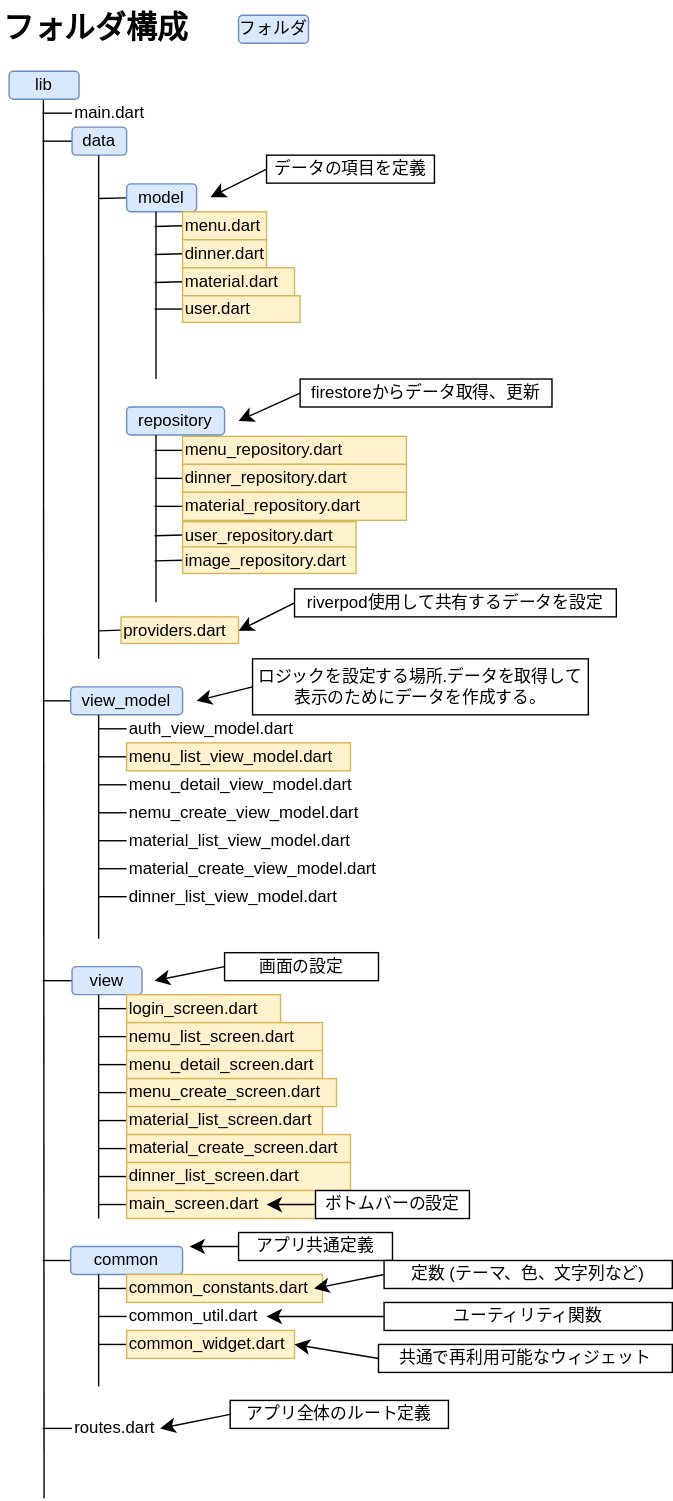
Earlier version of the draw.io export フォルダ構成.drawio.svg (maki1125/menu). Source tidied: cells renumbered, new cells last; positions are measured from the earlier drawing's top-left corner, leaving out a move shared by most shapes.
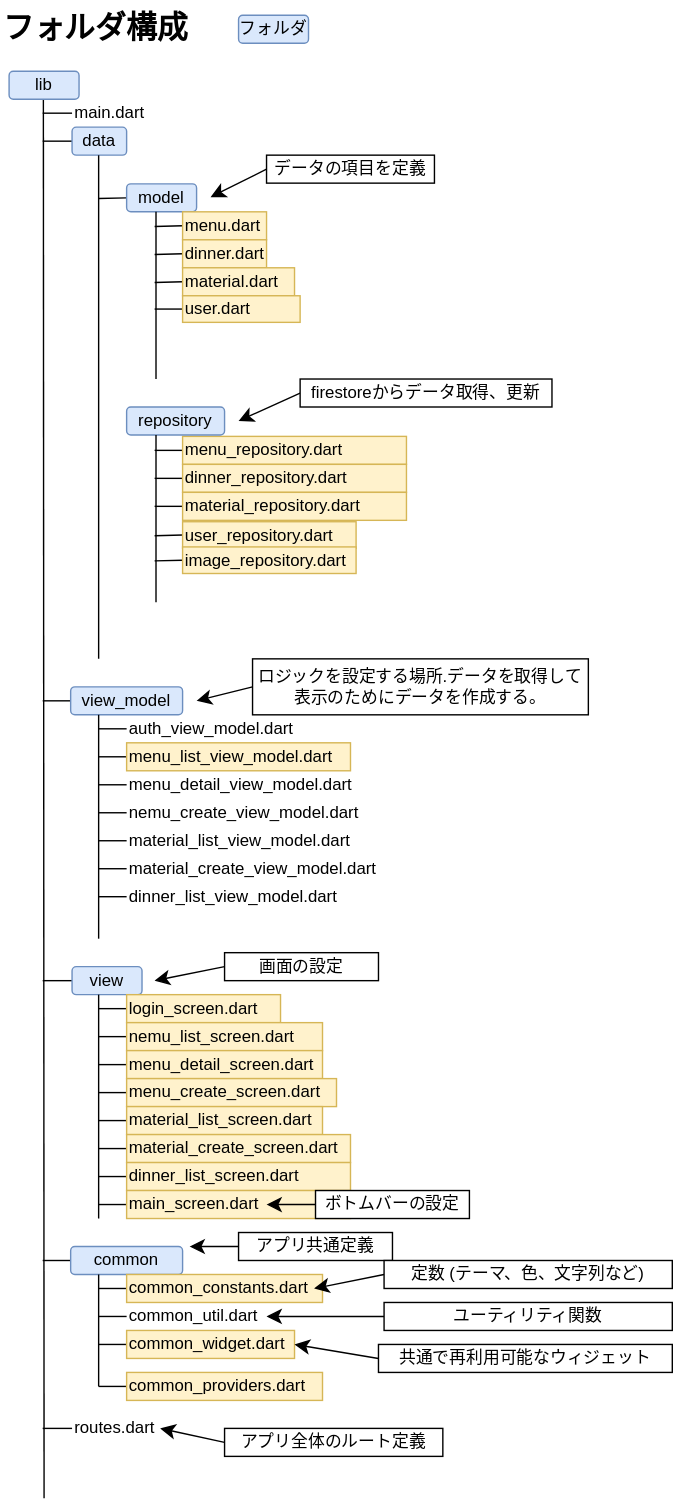
Above is the later version.

Commit message:
フォルダ構成.drawio.svg を更新します

Diff of the diagram source:
```diff
@@ -377,27 +377,11 @@
       </mxGeometry>
     </mxCell>
     <mxCell id="93" value="アプリ全体のルート定義" style="rounded=0;whiteSpace=wrap;html=1;" parent="1" vertex="1">
-      <mxGeometry x="164" y="1000" width="156" height="20" as="geometry" />
+      <mxGeometry x="160" y="1020" width="156" height="20" as="geometry" />
     </mxCell>
     <mxCell id="94" value="フォルダ構成" style="text;html=1;align=left;verticalAlign=middle;whiteSpace=wrap;rounded=0;fontStyle=1;fontSize=22;" parent="1" vertex="1">
       <mxGeometry width="180" height="40" as="geometry" />
     </mxCell>
-    <mxCell id="95" style="edgeStyle=none;curved=1;rounded=0;jettySize=auto;html=1;exitX=0;exitY=0.5;exitDx=0;exitDy=0;fontSize=12;startSize=8;endSize=8;endArrow=none;endFill=0;" parent="1" edge="1" source="96">
-      <mxGeometry relative="1" as="geometry">
-        <mxPoint x="70" y="450" as="targetPoint" />
-      </mxGeometry>
-    </mxCell>
-    <mxCell id="96" value="providers.dart" style="text;html=1;align=left;verticalAlign=middle;whiteSpace=wrap;rounded=0;fillColor=#fff2cc;strokeColor=#d6b656;" parent="1" vertex="1">
-      <mxGeometry x="86" y="440" width="84" height="19" as="geometry" />
-    </mxCell>
-    <mxCell id="97" style="edgeStyle=none;curved=1;rounded=0;jettySize=auto;html=1;exitX=0;exitY=0.5;exitDx=0;exitDy=0;fontSize=12;startSize=8;endSize=8;" parent="1" edge="1" source="98">
-      <mxGeometry relative="1" as="geometry">
-        <mxPoint x="170" y="450" as="targetPoint" />
-      </mxGeometry>
-    </mxCell>
-    <mxCell id="98" value="riverpod使用して共有するデータを設定" style="rounded=0;whiteSpace=wrap;html=1;" parent="1" vertex="1">
-      <mxGeometry x="210" y="420" width="230" height="20" as="geometry" />
-    </mxCell>
     <mxCell id="99" style="edgeStyle=none;curved=1;rounded=0;jettySize=auto;html=1;exitX=0;exitY=0.5;exitDx=0;exitDy=0;fontSize=12;startSize=8;endSize=8;endArrow=none;endFill=0;" parent="1" edge="1" source="100">
       <mxGeometry relative="1" as="geometry">
         <mxPoint x="110" y="400" as="targetPoint" />
@@ -422,5 +406,13 @@
     <mxCell id="104" value="ボトムバーの設定" style="rounded=0;whiteSpace=wrap;html=1;" parent="1" vertex="1">
       <mxGeometry x="225" y="850" width="110" height="20" as="geometry" />
     </mxCell>
+    <mxCell id="105" style="edgeStyle=none;curved=1;rounded=0;jettySize=auto;html=1;exitX=0;exitY=0.5;exitDx=0;exitDy=0;fontSize=12;startSize=8;endSize=8;endArrow=none;endFill=0;" parent="1" edge="1" source="106">
+      <mxGeometry relative="1" as="geometry">
+        <mxPoint x="70" y="990" as="targetPoint" />
+      </mxGeometry>
+    </mxCell>
+    <mxCell id="106" value="common_providers.dart" style="text;html=1;align=left;verticalAlign=middle;whiteSpace=wrap;rounded=0;fillColor=#fff2cc;strokeColor=#d6b656;" parent="1" vertex="1">
+      <mxGeometry x="90" y="980" width="140" height="20" as="geometry" />
+    </mxCell>
   </root>
 </mxGraphModel>
```
